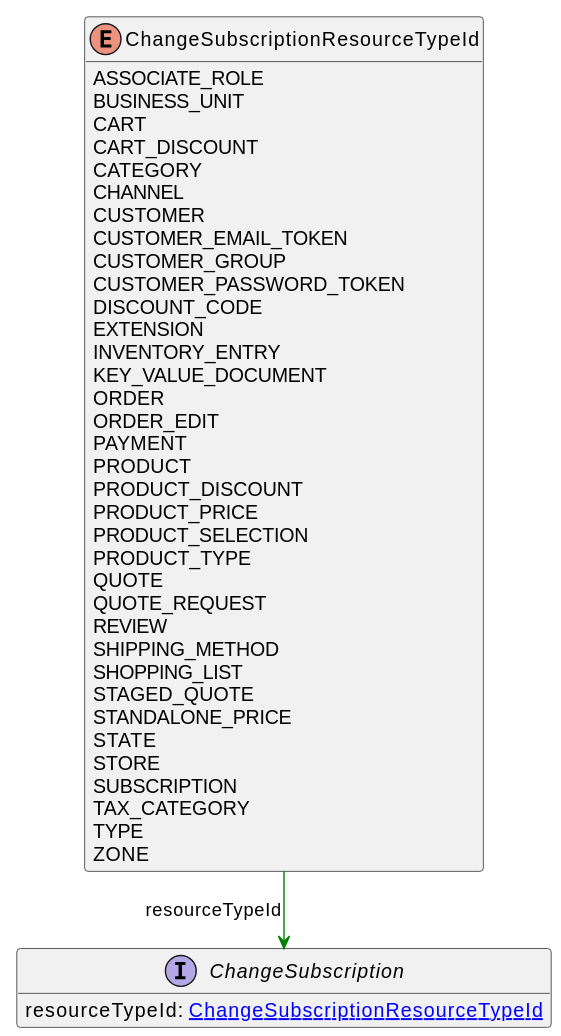
commercetools/commercetools-api-reference keeps this PlantUML diagram as uml/api/svg/ChangeSubscriptionResourceTypeId.svg. Above is the earlier version.
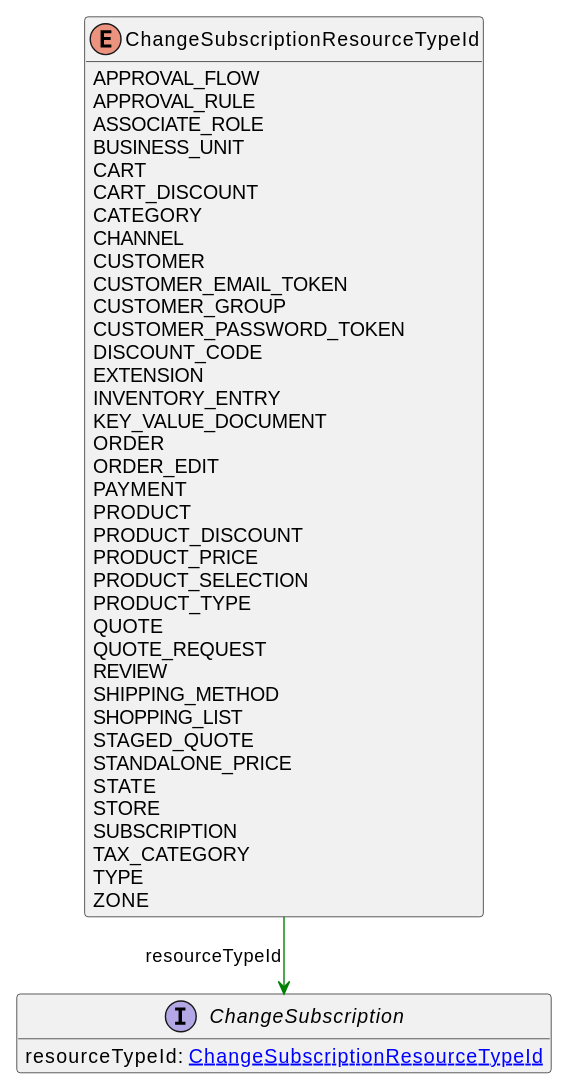
After the change.

The edit, as a diff of the source:
```diff
@@ -2,6 +2,8 @@
 !pragma layout elk
 hide methods
 enum ChangeSubscriptionResourceTypeId {
+    APPROVAL_FLOW
+    APPROVAL_RULE
     ASSOCIATE_ROLE
     BUSINESS_UNIT
     CART
```
